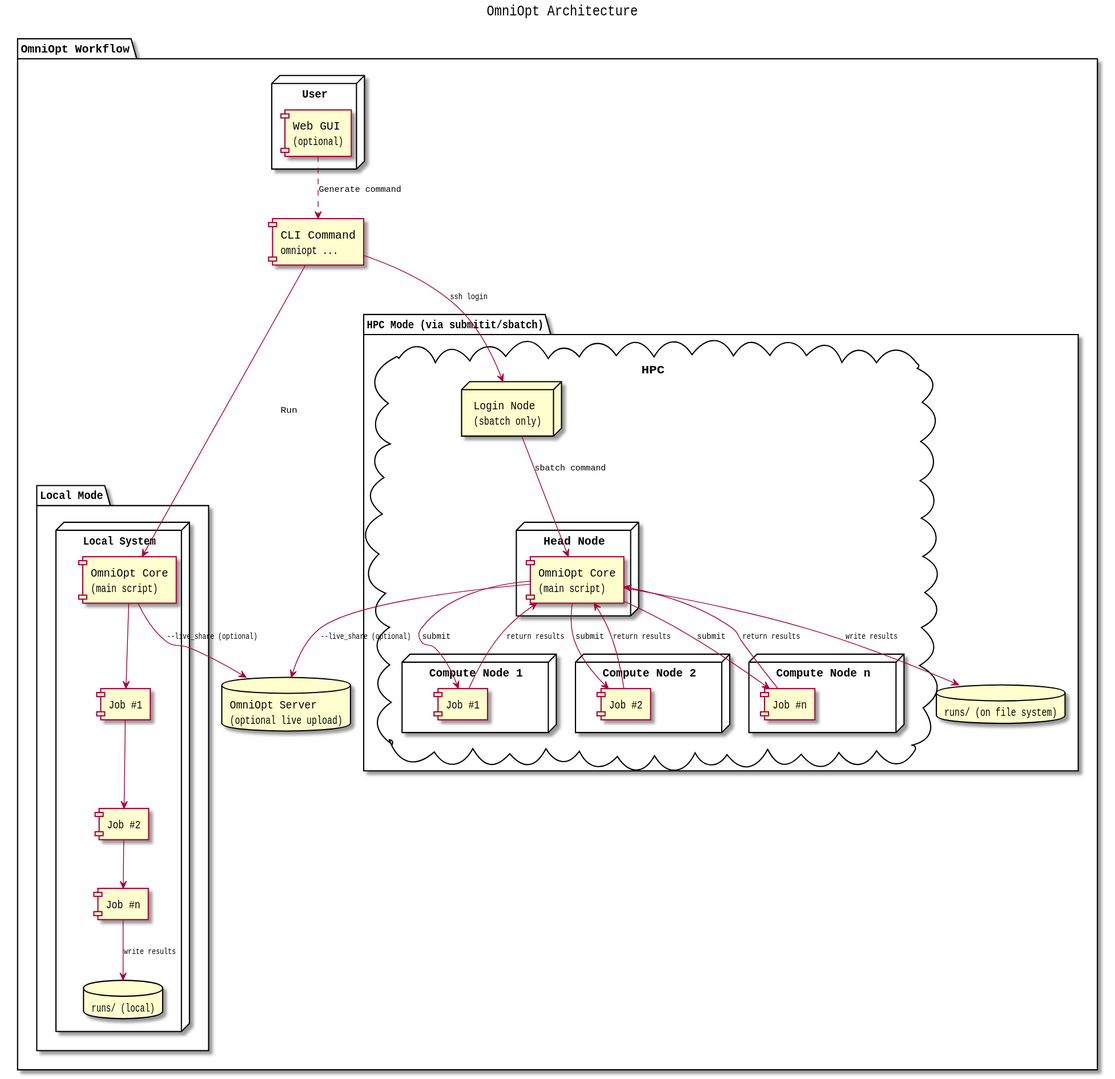
Above: .gui/documentation/architektur.svg in NormanTUD/OmniOpt (PlantUML), before the change.
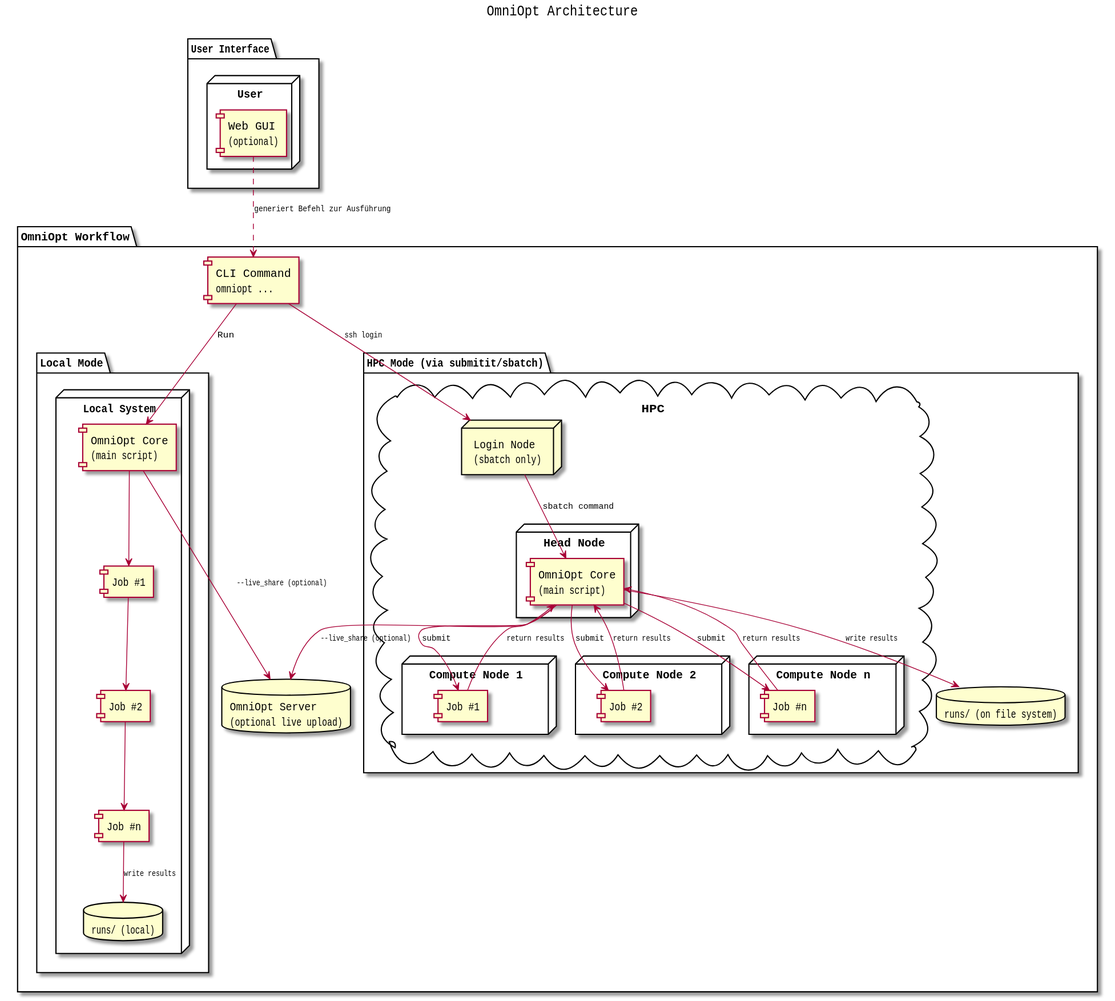
After the change.

What changed in the source:
```diff
@@ -5,15 +5,17 @@
 
 title OmniOpt Architecture
 
-package "OmniOpt Workflow" {
-
+package "User Interface" {
   node "User" {
     component "Web GUI\n(optional)" as GUI
   }
+}
+
+package "OmniOpt Workflow" {
 
   component "CLI Command\nomniopt ..." as CLI
 
-  GUI ..> CLI : Generate command
+  GUI ..> CLI : generiert Befehl zur Ausführung
 
   database "OmniOpt Server\n(optional live upload)" as OmniOptServer
 
```
